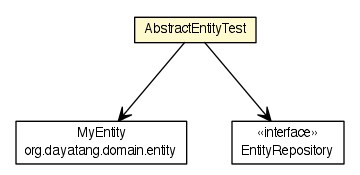
Earlier version of the Graphviz export testapidocs/org/dayatang/domain/AbstractEntityTest.png (dayatang/dddlib). Its source is kept beside it as testapidocs/org/dayatang/domain/AbstractEntityTest.dot.
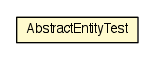
The same file after the commit.

Change to the diagram source:
```diff
@@ -4,23 +4,9 @@
 	node [fontname="Helvetica",fontsize=10,shape=plaintext];
 	nodesep=0.25;
 	ranksep=0.5;
-	c12581 [label=<<table title="org.dayatang.domain.AbstractEntityTest" border="0" cellborder="1" cellspacing="0" cellpadding="2" port="p" bgcolor="lemonChiffon" href="./AbstractEntityTest.html">
+	c12388 [label=<<table title="org.dayatang.domain.AbstractEntityTest" border="0" cellborder="1" cellspacing="0" cellpadding="2" port="p" bgcolor="lemonChiffon" href="./AbstractEntityTest.html">
 		<tr><td><table border="0" cellspacing="0" cellpadding="1">
 <tr><td align="center" balign="center"> AbstractEntityTest </td></tr>
 		</table></td></tr>
 		</table>>, URL="./AbstractEntityTest.html", fontname="Helvetica", fontcolor="black", fontsize=10.0];
-	c12585 [label=<<table title="org.dayatang.domain.entity.MyEntity" border="0" cellborder="1" cellspacing="0" cellpadding="2" port="p" href="./entity/MyEntity.html">
-		<tr><td><table border="0" cellspacing="0" cellpadding="1">
-<tr><td align="center" balign="center"> MyEntity </td></tr>
-<tr><td align="center" balign="center"> org.dayatang.domain.entity </td></tr>
-		</table></td></tr>
-		</table>>, URL="./entity/MyEntity.html", fontname="Helvetica", fontcolor="black", fontsize=10.0];
-	c12581:p -> c12585:p [taillabel="", label=" "headlabel="", fontname="Helvetica", fontcolor="black", fontsize=10.0, color="black", arrowhead=open];
-	c12581:p -> c12753:p [taillabel="", label=" "headlabel="", fontname="Helvetica", fontcolor="black", fontsize=10.0, color="black", arrowhead=open];
-	c12753 [label=<<table title="org.dayatang.domain.EntityRepository" border="0" cellborder="1" cellspacing="0" cellpadding="2" port="p" href="http://java.sun.com/j2se/1.4.2/docs/api/org/dayatang/domain/EntityRepository.html">
-		<tr><td><table border="0" cellspacing="0" cellpadding="1">
-<tr><td align="center" balign="center"> &#171;interface&#187; </td></tr>
-<tr><td align="center" balign="center"> EntityRepository </td></tr>
-		</table></td></tr>
-		</table>>, URL="http://java.sun.com/j2se/1.4.2/docs/api/org/dayatang/domain/EntityRepository.html", fontname="Helvetica", fontcolor="black", fontsize=10.0];
 }
```
